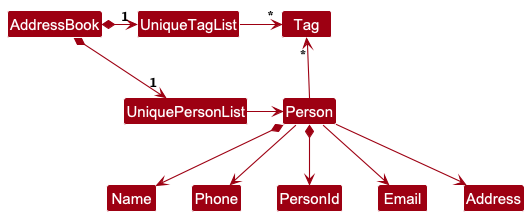
Earlier version of the PlantUML export docs/images/BetterModelClassDiagram.png (AY2425S2-CS2103T-W13-1/tp).
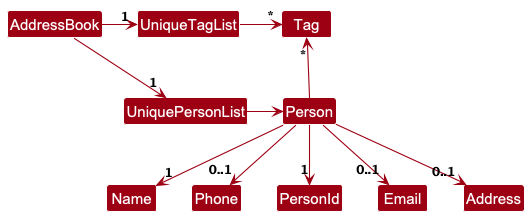
The same diagram one commit later.

Commit message:
Update Model UML diagrams

Diff of the diagram source:
```diff
@@ -4,8 +4,8 @@
 skinparam arrowColor MODEL_COLOR
 skinparam classBackgroundColor MODEL_COLOR
 
-AddressBook *-right-> "1" UniquePersonList
-AddressBook *-right-> "1" UniqueTagList
+AddressBook -right-> "1" UniquePersonList
+AddressBook -right-> "1" UniqueTagList
 UniqueTagList -[hidden]down- UniquePersonList
 UniqueTagList -[hidden]down- UniquePersonList
 
@@ -14,9 +14,9 @@
 
 Person -up-> "*" Tag
 
-Person *--> Name
-Person --> Phone
-Person *--> PersonId
-Person --> Email
-Person --> Address
+Person --> "1" Name
+Person --> "0..1" Phone
+Person --> "1" PersonId
+Person --> "0..1" Email
+Person --> "0..1" Address
 @enduml
```
